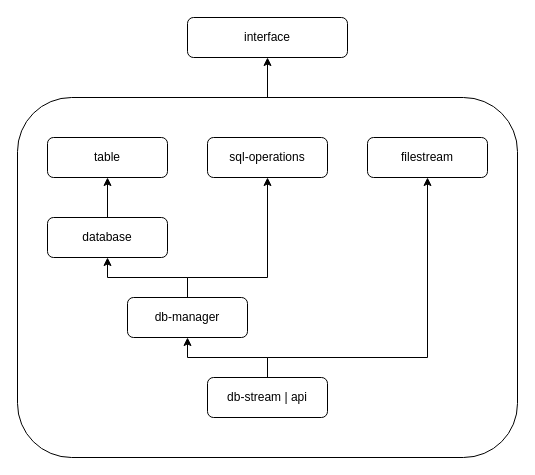
VahagnGishyan/sql-engine keeps this draw.io diagram as docs/lib-hierarchy/db-lib-new.drawio. Above is the earlier version. Source tidied: cells renumbered, new cells numbered last; positions are measured from the earlier drawing's top-left corner, leaving out a move shared by most shapes. Both pictures are drawn from the tidied source at 100%, with x=0, y=0 at pixel (17, 17).
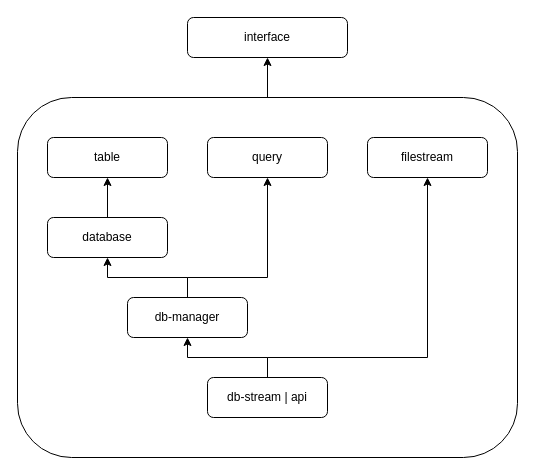
The same page after the edit.

What changed in the source:
```diff
@@
 <mxGraphModel>
   <root>
     <mxCell id="0" />
     <mxCell id="1" parent="0" />
     <mxCell id="2" value="interface" style="rounded=1;whiteSpace=wrap;html=1;" parent="1" vertex="1">
       <mxGeometry x="170" width="160" height="40" as="geometry" />
     </mxCell>
     <mxCell id="3" style="edgeStyle=orthogonalEdgeStyle;rounded=0;jettySize=auto;html=1;entryX=0.5;entryY=1;entryDx=0;entryDy=0;" parent="1" edge="1" source="4" target="2">
       <mxGeometry relative="1" as="geometry" />
     </mxCell>
     <mxCell id="4" style="rounded=1;whiteSpace=wrap;html=1;fillColor=none;" parent="1" vertex="1">
       <mxGeometry y="80" width="500" height="360" as="geometry" />
     </mxCell>
     <mxCell id="5" style="edgeStyle=orthogonalEdgeStyle;rounded=0;jettySize=auto;html=1;entryX=0.5;entryY=1;entryDx=0;entryDy=0;" parent="1" edge="1" source="6" target="7">
       <mxGeometry relative="1" as="geometry" />
     </mxCell>
     <mxCell id="6" value="database" style="rounded=1;whiteSpace=wrap;html=1;" parent="1" vertex="1">
       <mxGeometry x="30" y="200" width="120" height="40" as="geometry" />
     </mxCell>
     <mxCell id="7" value="table" style="rounded=1;whiteSpace=wrap;html=1;" parent="1" vertex="1">
       <mxGeometry x="30" y="120" width="120" height="40" as="geometry" />
     </mxCell>
     <mxCell id="8" style="edgeStyle=orthogonalEdgeStyle;rounded=0;jettySize=auto;html=1;entryX=0.5;entryY=1;entryDx=0;entryDy=0;" parent="1" edge="1" source="10" target="15">
       <mxGeometry relative="1" as="geometry">
         <Array as="points">
           <mxPoint x="170" y="260" />
           <mxPoint x="250" y="260" />
         </Array>
       </mxGeometry>
     </mxCell>
     <mxCell id="9" style="edgeStyle=orthogonalEdgeStyle;rounded=0;jettySize=auto;html=1;entryX=0.5;entryY=1;entryDx=0;entryDy=0;" parent="1" edge="1" source="10" target="6">
       <mxGeometry relative="1" as="geometry" />
     </mxCell>
     <mxCell id="10" value="db-manager" style="rounded=1;whiteSpace=wrap;html=1;" parent="1" vertex="1">
       <mxGeometry x="110" y="280" width="120" height="40" as="geometry" />
     </mxCell>
     <mxCell id="11" value="filestream" style="rounded=1;whiteSpace=wrap;html=1;" parent="1" vertex="1">
       <mxGeometry x="350" y="120" width="120" height="40" as="geometry" />
     </mxCell>
     <mxCell id="12" style="edgeStyle=orthogonalEdgeStyle;rounded=0;jettySize=auto;html=1;entryX=0.5;entryY=1;entryDx=0;entryDy=0;" parent="1" edge="1" source="14" target="11">
       <mxGeometry relative="1" as="geometry">
         <Array as="points">
           <mxPoint x="250" y="340" />
           <mxPoint x="410" y="340" />
         </Array>
       </mxGeometry>
     </mxCell>
     <mxCell id="13" style="edgeStyle=orthogonalEdgeStyle;rounded=0;jettySize=auto;html=1;" parent="1" edge="1" source="14" target="10">
       <mxGeometry relative="1" as="geometry" />
     </mxCell>
     <mxCell id="14" value="db-stream | api" style="rounded=1;whiteSpace=wrap;html=1;" parent="1" vertex="1">
       <mxGeometry x="190" y="360" width="120" height="40" as="geometry" />
     </mxCell>
-    <mxCell id="15" value="sql-operations" style="rounded=1;whiteSpace=wrap;html=1;" parent="1" vertex="1">
+    <mxCell id="15" value="query" style="rounded=1;whiteSpace=wrap;html=1;" parent="1" vertex="1">
       <mxGeometry x="190" y="120" width="120" height="40" as="geometry" />
     </mxCell>
   </root>
 </mxGraphModel>
```
